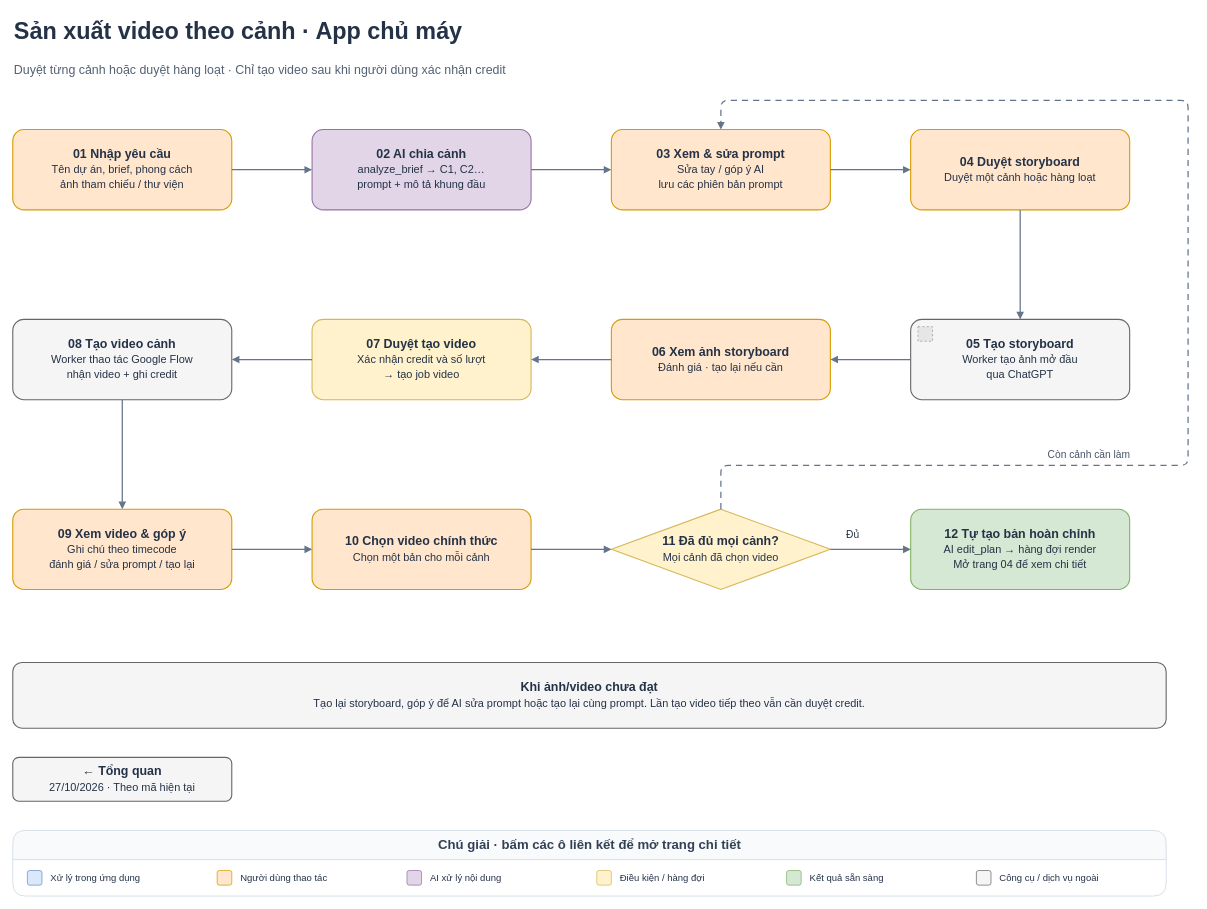
The draw.io diagram page "02 · Video theo cảnh" (2 of 6) of autovideo-quy-trinh.drawio in thainv02/ai-vinhgia, before the edit. Source tidied: cells renumbered, new cells numbered last; positions are measured from the earlier drawing's top-left corner, leaving out a move shared by most shapes. Both pictures are drawn from the tidied source at 73%, with x=0, y=0 at pixel (12, 12). Pictures stored in the file or linked from it are replaced by grey dashed boxes.
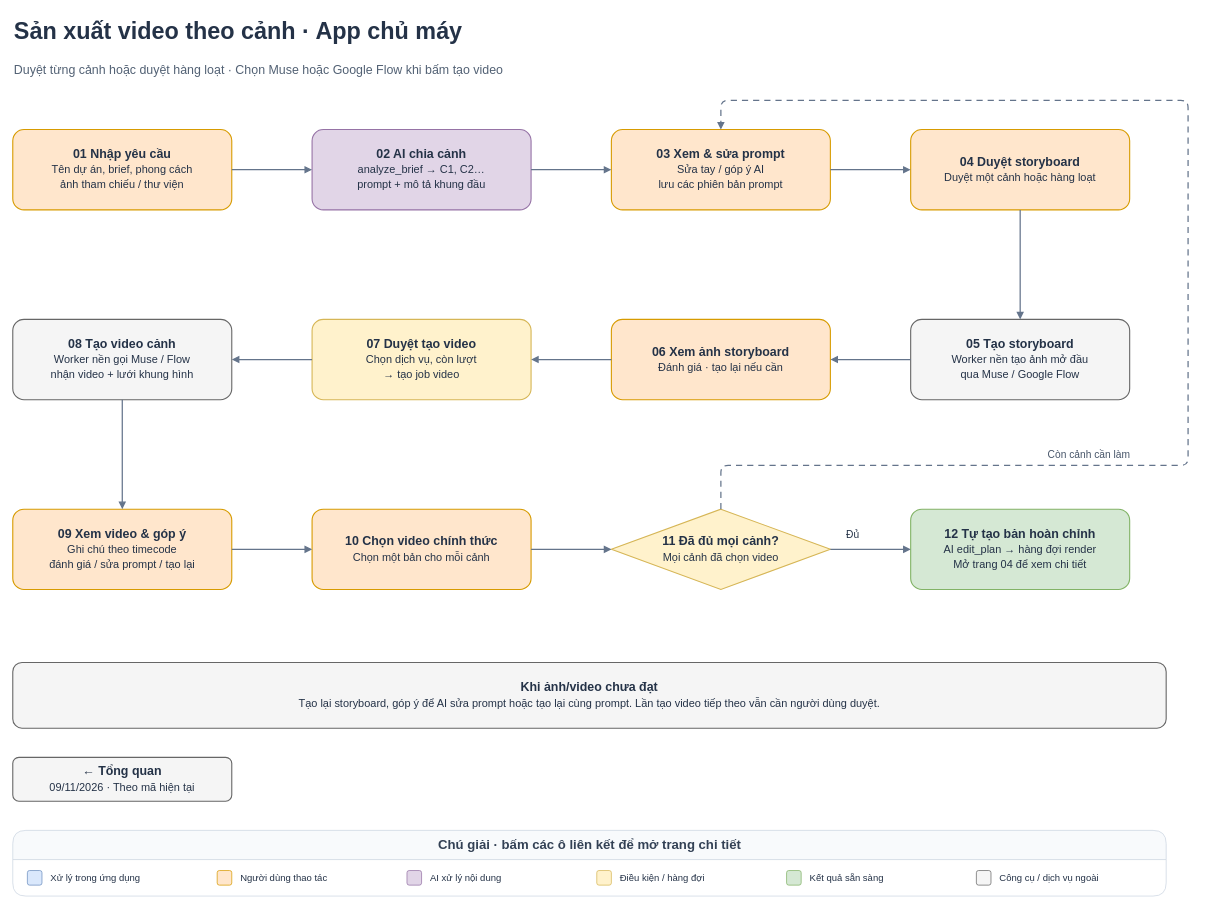
The same diagram, later.

The edit, as a diff of the source:
```diff
@@
-    <mxCell id="3" value="Duyệt từng cảnh hoặc duyệt hàng loạt · Chỉ tạo video sau khi người dùng xác nhận credit" style="text;html=1;whiteSpace=wrap;align=left;verticalAlign=middle;fontFamily=Arial;fontSize=17;fontColor=#526174;fontStyle=0;strokeColor=none;fillColor=none;" parent="1" vertex="1">
+    <mxCell id="3" value="Duyệt từng cảnh hoặc duyệt hàng loạt · Chọn Muse hoặc Google Flow khi bấm tạo video" style="text;html=1;whiteSpace=wrap;align=left;verticalAlign=middle;fontFamily=Arial;fontSize=17;fontColor=#526174;fontStyle=0;strokeColor=none;fillColor=none;" parent="1" vertex="1">
       <mxGeometry y="60" width="1580" height="40" as="geometry" />
     </mxCell>
@@
-    <mxCell id="8" value="&lt;b&gt;05  Tạo storyboard&lt;/b&gt;&lt;br/&gt;&lt;font style=&quot;font-size:15px&quot;&gt;Worker tạo ảnh mở đầu&lt;br/&gt;qua ChatGPT&lt;/font&gt;" style="rounded=1;arcSize=14;whiteSpace=wrap;html=1;fillColor=#f5f5f5;strokeColor=#666666;strokeWidth=1.5;fontFamily=Arial;fontSize=17;fontColor=#243247;spacing=12;align=center;verticalAlign=middle;" parent="1" vertex="1">
+    <mxCell id="8" value="&lt;b&gt;05  Tạo storyboard&lt;/b&gt;&lt;br/&gt;&lt;font style=&quot;font-size:15px&quot;&gt;Worker nền tạo ảnh mở đầu&lt;br/&gt;qua Muse / Google Flow&lt;/font&gt;" style="rounded=1;arcSize=14;whiteSpace=wrap;html=1;fillColor=#f5f5f5;strokeColor=#666666;strokeWidth=1.5;fontFamily=Arial;fontSize=17;fontColor=#243247;spacing=12;align=center;verticalAlign=middle;" parent="1" vertex="1">
       <mxGeometry x="1230" y="420" width="300" height="110" as="geometry" />
     </mxCell>
@@
-    <mxCell id="10" value="&lt;b&gt;07  Duyệt tạo video&lt;/b&gt;&lt;br/&gt;&lt;font style=&quot;font-size:15px&quot;&gt;Xác nhận credit và số lượt&lt;br/&gt;→ tạo job video&lt;/font&gt;" style="rounded=1;arcSize=14;whiteSpace=wrap;html=1;fillColor=#fff2cc;strokeColor=#d6b656;strokeWidth=1.5;fontFamily=Arial;fontSize=17;fontColor=#243247;spacing=12;align=center;verticalAlign=middle;" parent="1" vertex="1">
+    <mxCell id="10" value="&lt;b&gt;07  Duyệt tạo video&lt;/b&gt;&lt;br/&gt;&lt;font style=&quot;font-size:15px&quot;&gt;Chọn dịch vụ, còn lượt&lt;br/&gt;→ tạo job video&lt;/font&gt;" style="rounded=1;arcSize=14;whiteSpace=wrap;html=1;fillColor=#fff2cc;strokeColor=#d6b656;strokeWidth=1.5;fontFamily=Arial;fontSize=17;fontColor=#243247;spacing=12;align=center;verticalAlign=middle;" parent="1" vertex="1">
       <mxGeometry x="410" y="420" width="300" height="110" as="geometry" />
     </mxCell>
-    <mxCell id="11" value="&lt;b&gt;08  Tạo video cảnh&lt;/b&gt;&lt;br/&gt;&lt;font style=&quot;font-size:15px&quot;&gt;Worker thao tác Google Flow&lt;br/&gt;nhận video + ghi credit&lt;/font&gt;" style="rounded=1;arcSize=14;whiteSpace=wrap;html=1;fillColor=#f5f5f5;strokeColor=#666666;strokeWidth=1.5;fontFamily=Arial;fontSize=17;fontColor=#243247;spacing=12;align=center;verticalAlign=middle;" parent="1" vertex="1">
+    <mxCell id="11" value="&lt;b&gt;08  Tạo video cảnh&lt;/b&gt;&lt;br/&gt;&lt;font style=&quot;font-size:15px&quot;&gt;Worker nền gọi Muse / Flow&lt;br/&gt;nhận video + lưới khung hình&lt;/font&gt;" style="rounded=1;arcSize=14;whiteSpace=wrap;html=1;fillColor=#f5f5f5;strokeColor=#666666;strokeWidth=1.5;fontFamily=Arial;fontSize=17;fontColor=#243247;spacing=12;align=center;verticalAlign=middle;" parent="1" vertex="1">
       <mxGeometry y="420" width="300" height="110" as="geometry" />
     </mxCell>
@@
-    <mxCell id="29" value="&lt;b&gt;Khi ảnh/video chưa đạt&lt;/b&gt;&lt;br/&gt;&lt;font style=&quot;font-size:15px&quot;&gt;Tạo lại storyboard, góp ý để AI sửa prompt hoặc tạo lại cùng prompt. Lần tạo video tiếp theo vẫn cần duyệt credit.&lt;/font&gt;" style="rounded=1;arcSize=14;whiteSpace=wrap;html=1;fillColor=#f5f5f5;strokeColor=#666666;strokeWidth=1.5;fontFamily=Arial;fontSize=17;fontColor=#243247;spacing=12;align=center;verticalAlign=middle;" parent="1" vertex="1">
+    <mxCell id="29" value="&lt;b&gt;Khi ảnh/video chưa đạt&lt;/b&gt;&lt;br/&gt;&lt;font style=&quot;font-size:15px&quot;&gt;Tạo lại storyboard, góp ý để AI sửa prompt hoặc tạo lại cùng prompt. Lần tạo video tiếp theo vẫn cần người dùng duyệt.&lt;/font&gt;" style="rounded=1;arcSize=14;whiteSpace=wrap;html=1;fillColor=#f5f5f5;strokeColor=#666666;strokeWidth=1.5;fontFamily=Arial;fontSize=17;fontColor=#243247;spacing=12;align=center;verticalAlign=middle;" parent="1" vertex="1">
       <mxGeometry y="890" width="1580" height="90" as="geometry" />
     </mxCell>
-    <mxCell id="30" value="&lt;b&gt;← Tổng quan&lt;/b&gt;&lt;br/&gt;&lt;font style=&quot;font-size:15px&quot;&gt;27/10/2026 · Theo mã hiện tại&lt;/font&gt;" style="rounded=1;arcSize=14;whiteSpace=wrap;html=1;fillColor=#f5f5f5;strokeColor=#666666;strokeWidth=1.5;fontFamily=Arial;fontSize=17;fontColor=#243247;spacing=12;align=center;verticalAlign=middle;" parent="1" vertex="1">
+    <mxCell id="30" value="&lt;b&gt;← Tổng quan&lt;/b&gt;&lt;br/&gt;&lt;font style=&quot;font-size:15px&quot;&gt;09/11/2026 · Theo mã hiện tại&lt;/font&gt;" style="rounded=1;arcSize=14;whiteSpace=wrap;html=1;fillColor=#f5f5f5;strokeColor=#666666;strokeWidth=1.5;fontFamily=Arial;fontSize=17;fontColor=#243247;spacing=12;align=center;verticalAlign=middle;" parent="1" vertex="1">
       <mxGeometry y="1020" width="300" height="60" as="geometry" />
     </mxCell>
@@
-    <mxCell id="44" style="fillColor=#E6E6E6;strokeColor=#999999;dashed=1;html=1;verticalLabelPosition=bottom;verticalAlign=top;" parent="8" vertex="1">
-      <mxGeometry x="10" y="10" width="20" height="20" as="geometry" />
-    </mxCell>
```
